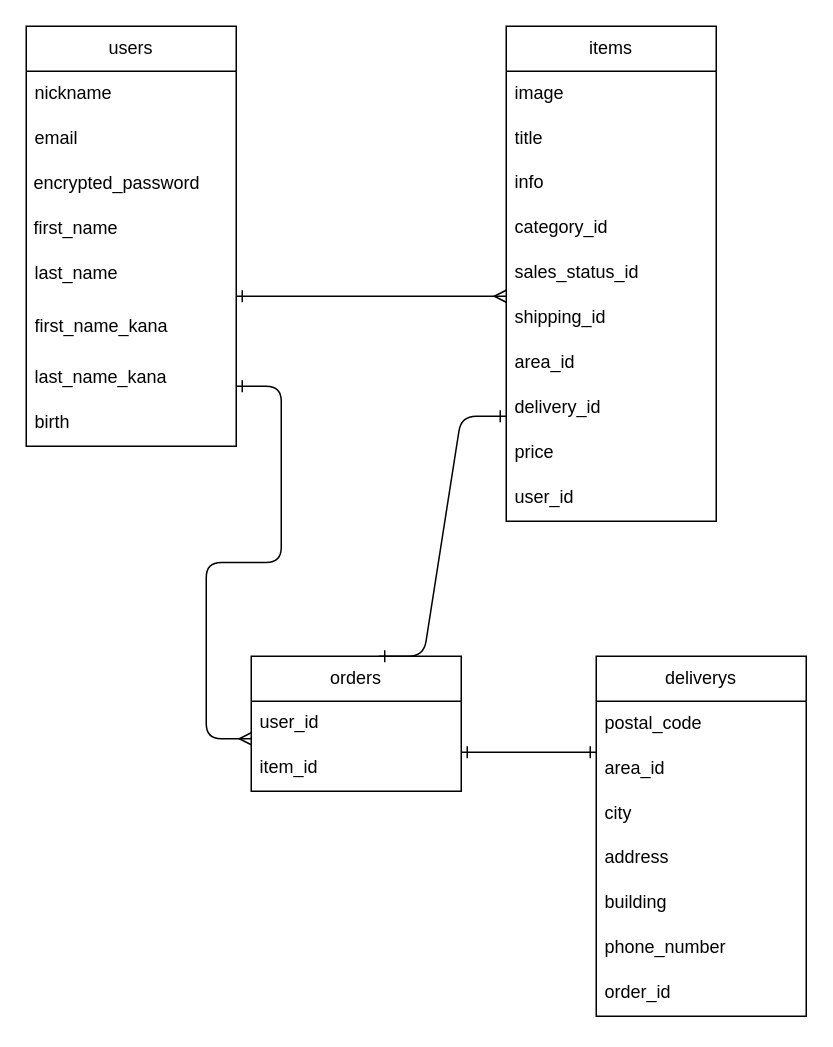
Before: test.dio in souta71/furima-40113, a draw.io diagram. Source tidied: cells renumbered, new cells numbered last; positions are measured from the earlier drawing's top-left corner, leaving out a move shared by most shapes. Both pictures are drawn from the tidied source at 150%, with x=0, y=0 at pixel (26, 26).
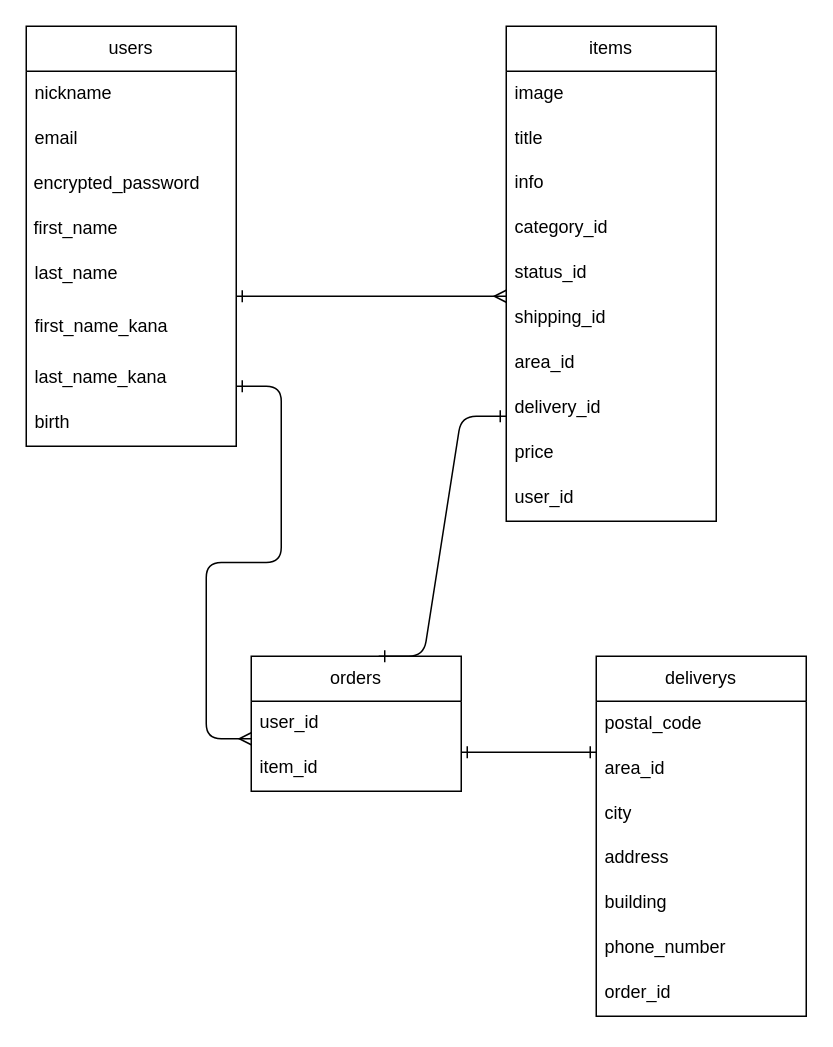
The same page after the edit.

Commit message (it also covers changes not shown here):
データベース設計4

Unchanged cells that the change refers to:
```xml
<mxCell id="12" value="items" style="swimlane;fontStyle=0;horizontal=1;startSize=30;whiteSpace=wrap;html=1;" parent="1" vertex="1">
  <mxGeometry x="320" width="140" height="330" as="geometry" />
</mxCell>
```

Change to the diagram source:
```diff
@@
-    <mxCell id="17" value="sales_status_id&#10;" style="text;strokeColor=none;fillColor=none;spacingLeft=4;spacingRight=4;overflow=hidden;fontSize=12;shadow=0;labelBackgroundColor=none;" parent="12" vertex="1">
+    <mxCell id="17" value="status_id&#10;" style="text;strokeColor=none;fillColor=none;spacingLeft=4;spacingRight=4;overflow=hidden;fontSize=12;shadow=0;labelBackgroundColor=none;" parent="12" vertex="1">
       <mxGeometry y="150" width="140" height="30" as="geometry" />
     </mxCell>
```
